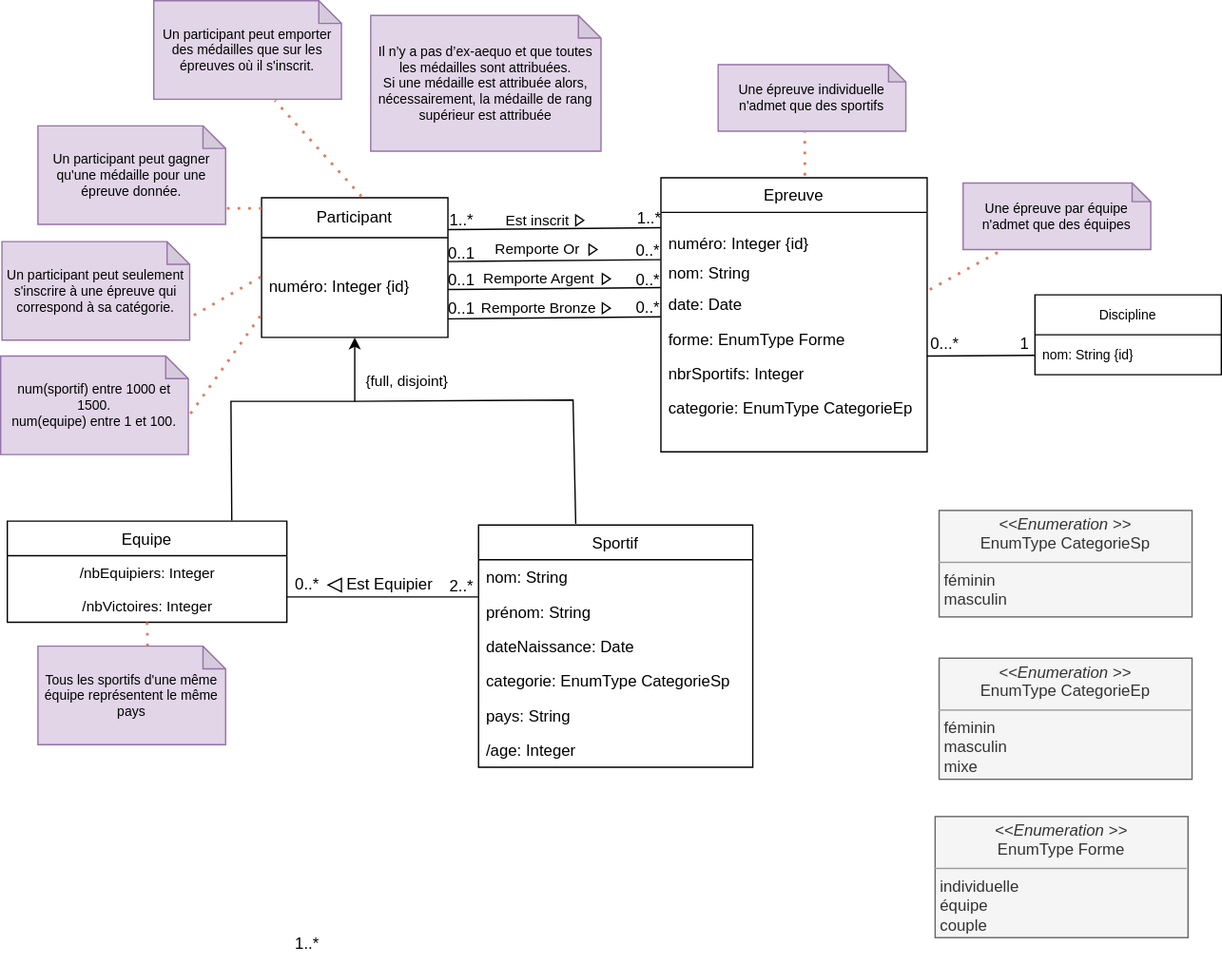
AEtheve/CEBD-PROJET-JO keeps this draw.io diagram as UML.svg. Above is the earlier version. Source tidied: cells renumbered, new cells last; positions are measured from the earlier drawing's top-left corner, leaving out a move shared by most shapes.
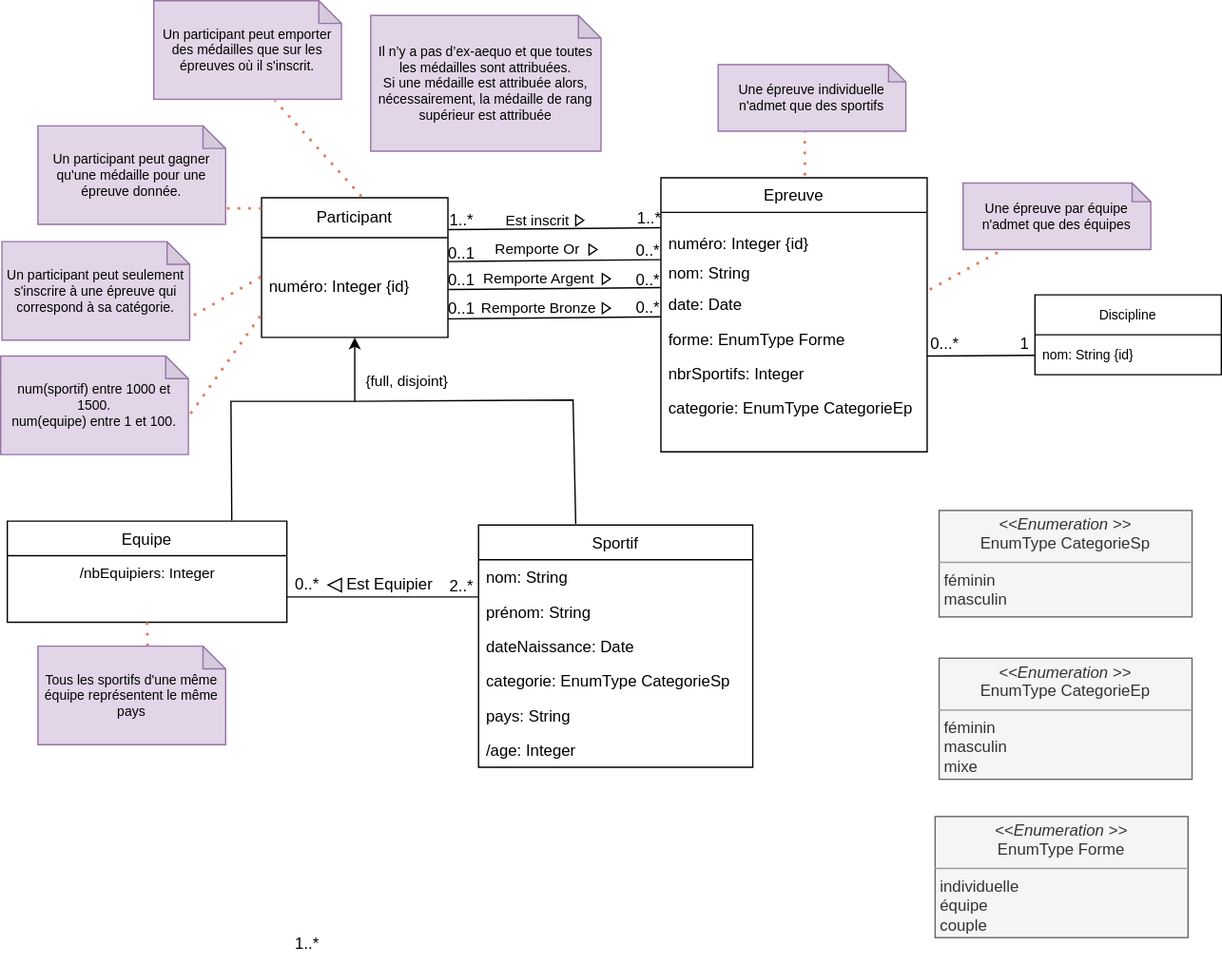
After the commit.

Diff of the diagram source:
```diff
@@ -82,9 +82,6 @@
     <mxCell id="23" value="/nbEquipiers: Integer" style="text;html=1;align=center;verticalAlign=middle;strokeColor=none;fillColor=none;fontSize=11;" parent="1" vertex="1">
       <mxGeometry x="5" y="417" width="210" height="25" as="geometry" />
     </mxCell>
-    <mxCell id="24" value="/nbVictoires: Integer" style="text;html=1;align=center;verticalAlign=middle;strokeColor=none;fillColor=none;fontSize=11;" parent="1" vertex="1">
-      <mxGeometry x="5" y="442" width="210" height="25" as="geometry" />
-    </mxCell>
     <mxCell id="25" value="numéro: Integer {id}" style="text;strokeColor=none;fillColor=none;align=left;verticalAlign=middle;spacingLeft=4;spacingRight=4;overflow=hidden;points=[[0,0.5],[1,0.5]];portConstraint=eastwest;whiteSpace=wrap;html=1;" parent="1" vertex="1">
       <mxGeometry x="196" y="200" width="140" height="30" as="geometry" />
     </mxCell>
```
